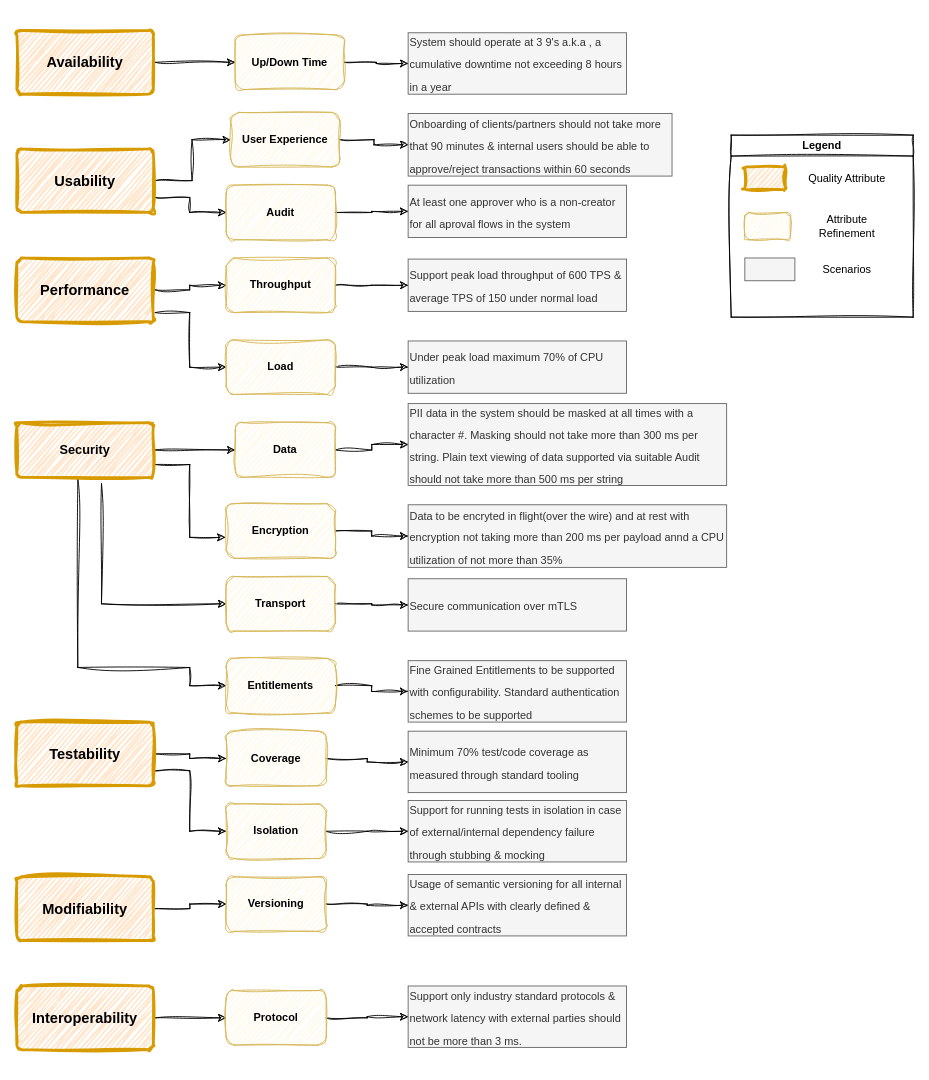
Before: page "SA" (6 of 6) of Parking.drawio in suhasark/bits-mtech-work, a draw.io diagram. Source tidied: cells renumbered, new cells numbered last; positions are measured from the earlier drawing's top-left corner, leaving out a move shared by most shapes. Both pictures are drawn from the tidied source at 91%, with x=0, y=0 at pixel (16, 30).
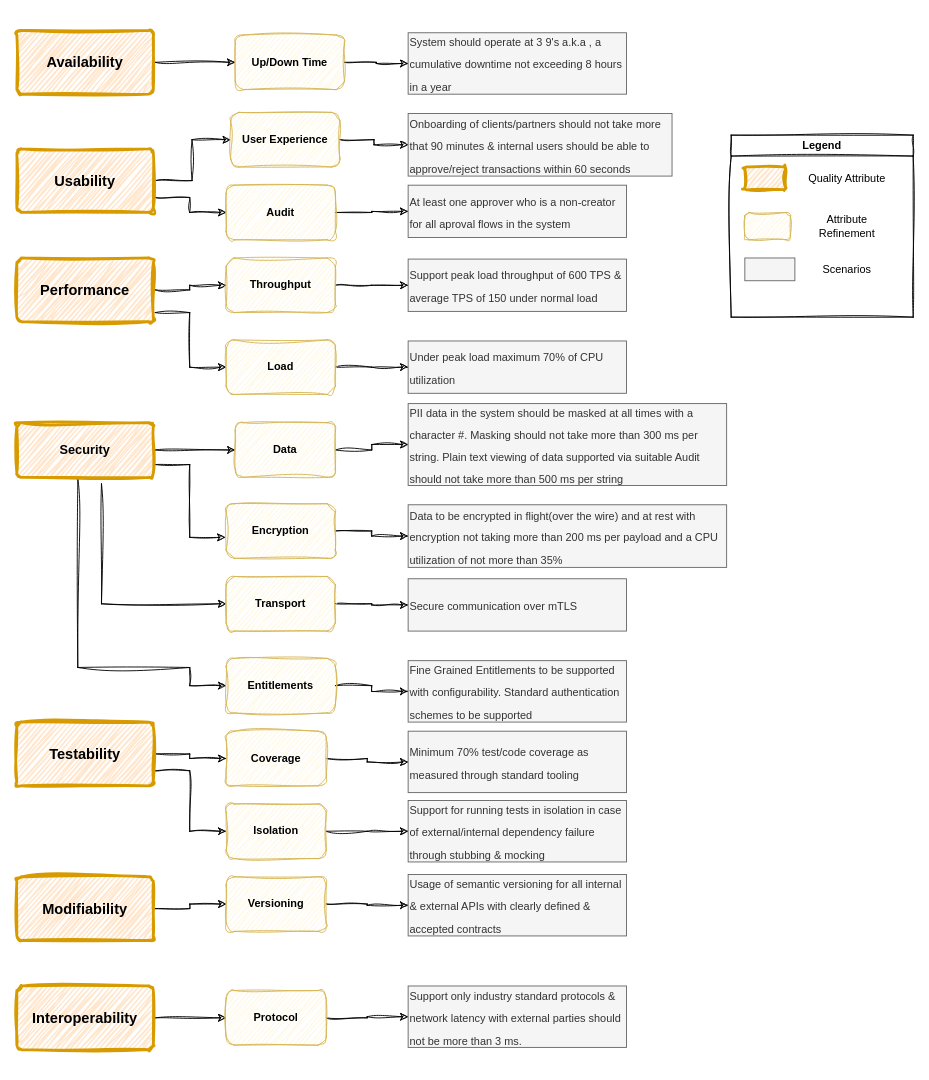
Above is the later version.

The edit, as a diff of the source:
```diff
@@
-    <mxCell id="39" value="&lt;h1 style=&quot;border-color: var(--border-color); line-height: 80%;&quot;&gt;&lt;font style=&quot;font-size: 12px; font-weight: normal;&quot;&gt;Data to be encryted in flight(over the wire) and at rest with encryption not taking more than 200 ms per payload annd a CPU utilization of not more than 35%&lt;/font&gt;&lt;/h1&gt;" style="text;html=1;align=left;verticalAlign=middle;whiteSpace=wrap;rounded=0;fillColor=#f5f5f5;fontColor=#333333;strokeColor=#666666;" parent="1" vertex="1">
+    <mxCell id="39" value="&lt;h1 style=&quot;border-color: var(--border-color); line-height: 80%;&quot;&gt;&lt;font style=&quot;font-size: 12px; font-weight: normal;&quot;&gt;Data to be encrypted in flight(over the wire) and at rest with encryption not taking more than 200 ms per payload and a CPU utilization of not more than 35%&lt;/font&gt;&lt;/h1&gt;" style="text;html=1;align=left;verticalAlign=middle;whiteSpace=wrap;rounded=0;fillColor=#f5f5f5;fontColor=#333333;strokeColor=#666666;" parent="1" vertex="1">
       <mxGeometry x="430" y="521.2" width="350" height="68.8" as="geometry" />
     </mxCell>
```
